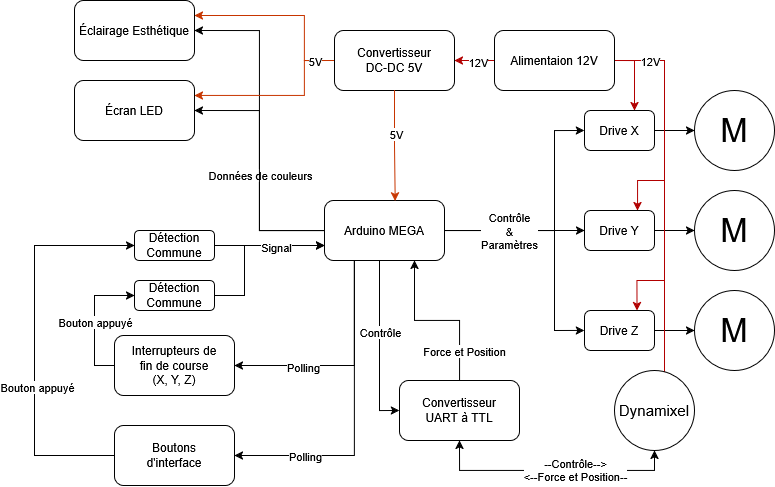
This is GROchet_Bloc_Diagram.drawio.png from GROchet/GROchet_PCB, a draw.io export, as it was before one commit. Source tidied: cells renumbered, new cells last; positions are measured from the earlier drawing's top-left corner, leaving out a move shared by most shapes.
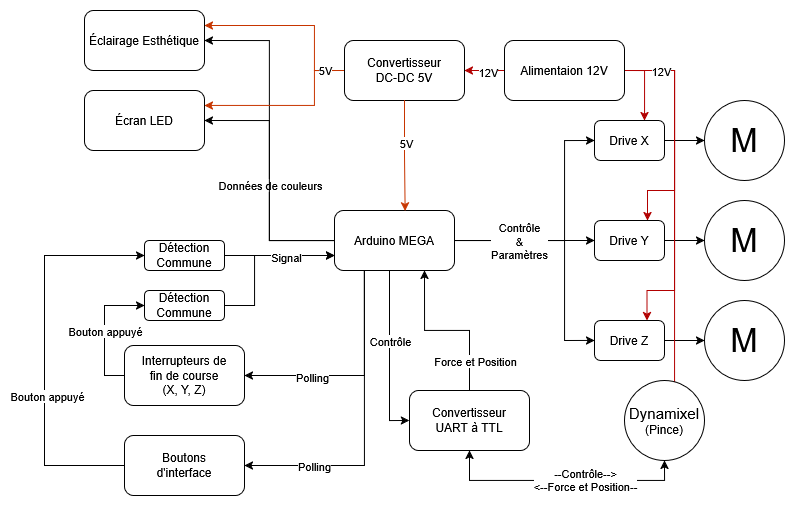
After the change.

Change to the diagram source:
```diff
@@ -175,7 +175,7 @@
     <mxCell id="40" value="--Contrôle--&amp;gt;&lt;div&gt;&amp;lt;--Force et Position--&lt;/div&gt;" style="edgeLabel;html=1;align=center;verticalAlign=middle;" parent="39" vertex="1">
       <mxGeometry x="-0.19" y="-1" relative="1" as="geometry" />
     </mxCell>
-    <mxCell id="41" value="&lt;font style=&quot;font-size: 15px;&quot;&gt;Dynamixel&lt;/font&gt;" style="ellipse;whiteSpace=wrap;html=1;" parent="1" vertex="1">
+    <mxCell id="41" value="&lt;div&gt;&lt;font style=&quot;font-size: 15px;&quot;&gt;Dynamixel&lt;/font&gt;&lt;/div&gt;(Pince)" style="ellipse;whiteSpace=wrap;html=1;" parent="1" vertex="1">
       <mxGeometry x="580" y="370" width="80" height="80" as="geometry" />
     </mxCell>
     <mxCell id="42" style="edgeStyle=orthogonalEdgeStyle;rounded=0;jettySize=auto;html=1;entryX=0.75;entryY=1;entryDx=0;entryDy=0;" parent="1" edge="1" source="44" target="15">
```
